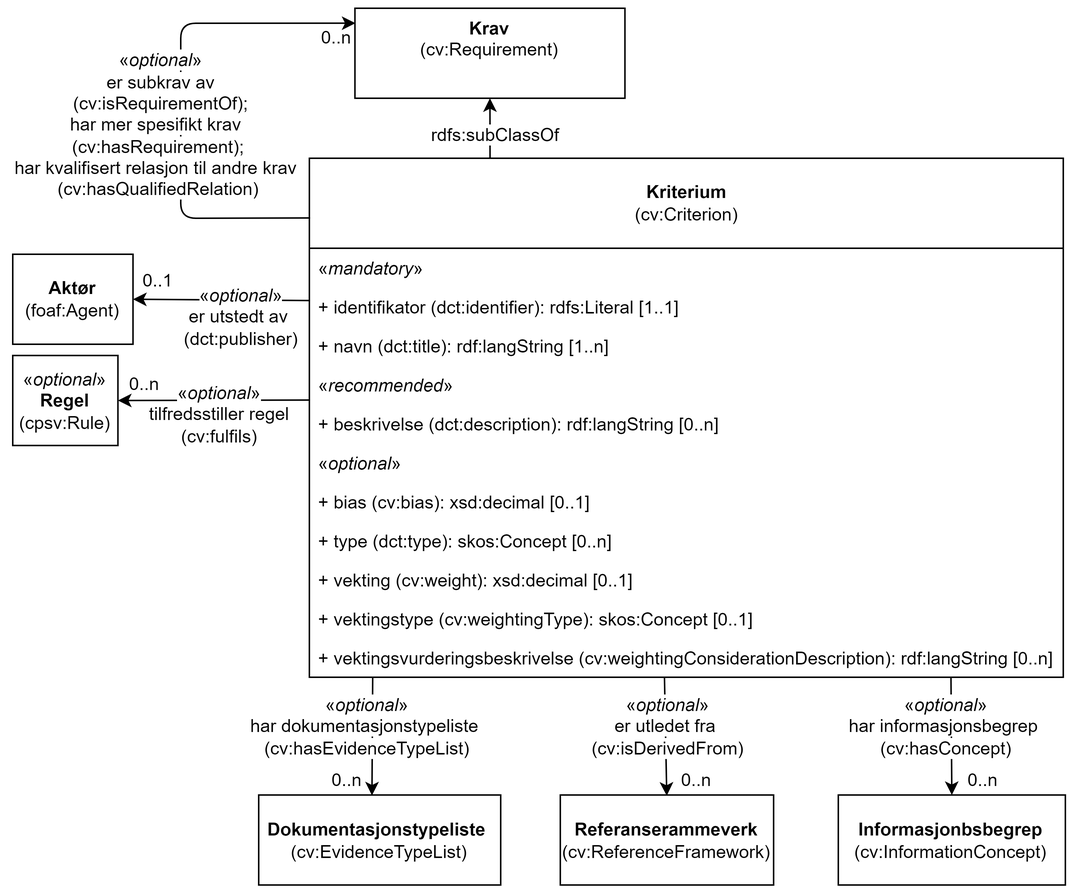
Above: docs/images/KlassenKriterium.png in Informasjonsforvaltning/cccev-ap-no (draw.io), before the change. Source tidied: cells renumbered, new cells last; positions are measured from the earlier drawing's top-left corner, leaving out a move shared by most shapes. Source of this version:
```xml
<mxGraphModel>
  <root>
    <mxCell id="0" />
    <mxCell id="1" parent="0" />
    <mxCell id="2" value="«&lt;i&gt;optional&lt;/i&gt;»&lt;br&gt;&lt;b&gt;Regel&lt;/b&gt;&lt;br&gt;(cpsv:Rule)" style="rounded=0;whiteSpace=wrap;html=1;fillColor=none;strokeColor=#000000;" parent="1" vertex="1">
      <mxGeometry x="3" y="231.5" width="70.1" height="60" as="geometry" />
    </mxCell>
    <mxCell id="3" style="endArrow=classic;html=1;rounded=0;entryX=1;entryY=0.5;entryDx=0;entryDy=0;exitX=-0.001;exitY=0.87;exitDx=0;exitDy=0;exitPerimeter=0;" parent="1" edge="1" target="2">
      <mxGeometry relative="1" as="geometry">
        <mxPoint x="200.6" y="261.2" as="sourcePoint" />
      </mxGeometry>
    </mxCell>
    <mxCell id="4" value="&lt;span style=&quot;background-color: rgb(255, 255, 255);&quot;&gt;«&lt;i style=&quot;&quot;&gt;optional&lt;/i&gt;»&lt;br&gt;tilfredsstiller regel&lt;br&gt;(cv:fulfils)&lt;/span&gt;" style="text;html=1;strokeColor=none;fillColor=none;align=center;verticalAlign=middle;whiteSpace=wrap;rounded=0;" parent="1" vertex="1">
      <mxGeometry x="83.8" y="244.5" width="113.6" height="52" as="geometry" />
    </mxCell>
    <mxCell id="5" value="0..n" style="text;html=1;strokeColor=none;fillColor=none;align=center;verticalAlign=middle;whiteSpace=wrap;rounded=0;" parent="1" vertex="1">
      <mxGeometry x="74" y="240.5" width="34" height="20" as="geometry" />
    </mxCell>
    <mxCell id="6" value="&lt;b&gt;Informasjonbsbegrep&lt;/b&gt;&lt;br&gt;(cv:InformationConcept)" style="rounded=0;whiteSpace=wrap;html=1;fillColor=none;strokeColor=#000000;" parent="1" vertex="1">
      <mxGeometry x="553.4" y="524.5" width="151.4" height="60" as="geometry" />
    </mxCell>
    <mxCell id="7" style="endArrow=classic;html=1;rounded=0;entryX=0.5;entryY=0;entryDx=0;entryDy=0;exitX=0.851;exitY=0.987;exitDx=0;exitDy=0;exitPerimeter=0;" parent="1" edge="1" source="34" target="6">
      <mxGeometry relative="1" as="geometry" />
    </mxCell>
    <mxCell id="8" value="0..n" style="text;html=1;strokeColor=none;fillColor=none;align=center;verticalAlign=middle;whiteSpace=wrap;rounded=0;" parent="1" vertex="1">
      <mxGeometry x="637.4" y="504.5" width="26" height="20" as="geometry" />
    </mxCell>
    <mxCell id="9" value="&lt;b&gt;Dokumentasjonstypeliste&amp;nbsp;&lt;br&gt;&lt;/b&gt;(cv:EvidenceTypeList)" style="rounded=0;whiteSpace=wrap;html=1;fillColor=none;strokeColor=#000000;" parent="1" vertex="1">
      <mxGeometry x="167" y="524.5" width="161.3" height="60" as="geometry" />
    </mxCell>
    <mxCell id="10" style="endArrow=classic;html=1;rounded=0;exitX=0.084;exitY=0.985;exitDx=0;exitDy=0;exitPerimeter=0;entryX=0.468;entryY=0.005;entryDx=0;entryDy=0;entryPerimeter=0;" parent="1" edge="1" source="34" target="9">
      <mxGeometry relative="1" as="geometry" />
    </mxCell>
    <mxCell id="11" value="&lt;span style=&quot;background-color: rgb(255, 255, 255);&quot;&gt;«&lt;i style=&quot;&quot;&gt;optional&lt;/i&gt;»&lt;br&gt;har dokumentasjonstypeliste&amp;nbsp;&lt;br&gt;(cv:hasEvidenceTypeList)&lt;/span&gt;" style="text;html=1;strokeColor=none;fillColor=none;align=center;verticalAlign=middle;whiteSpace=wrap;rounded=0;" parent="1" vertex="1">
      <mxGeometry x="151" y="452.5" width="177.3" height="52" as="geometry" />
    </mxCell>
    <mxCell id="12" value="0..n" style="text;html=1;strokeColor=none;fillColor=none;align=center;verticalAlign=middle;whiteSpace=wrap;rounded=0;" parent="1" vertex="1">
      <mxGeometry x="213.4" y="504.5" width="26" height="20" as="geometry" />
    </mxCell>
    <mxCell id="13" style="endArrow=none;html=1;rounded=1;exitX=0.002;exitY=0.166;exitDx=0;exitDy=0;endFill=0;startArrow=classic;startFill=1;entryX=0.001;entryY=0.115;entryDx=0;entryDy=0;entryPerimeter=0;exitPerimeter=0;" parent="1" edge="1" source="36" target="23">
      <mxGeometry relative="1" as="geometry">
        <Array as="points">
          <mxPoint x="115" y="10" />
          <mxPoint x="115" y="140" />
        </Array>
      </mxGeometry>
    </mxCell>
    <mxCell id="14" value="0..n" style="text;html=1;strokeColor=none;fillColor=none;align=center;verticalAlign=middle;whiteSpace=wrap;rounded=0;" parent="1" vertex="1">
      <mxGeometry x="205.6" y="9.5" width="26" height="20" as="geometry" />
    </mxCell>
    <mxCell id="15" value="&lt;b&gt;Aktør&lt;/b&gt;&lt;br&gt;(foaf:Agent)" style="rounded=0;whiteSpace=wrap;html=1;fillColor=none;strokeColor=#000000;" parent="1" vertex="1">
      <mxGeometry x="3" y="164" width="80.2" height="60" as="geometry" />
    </mxCell>
    <mxCell id="16" style="endArrow=classic;html=1;rounded=1;entryX=1;entryY=0.5;entryDx=0;entryDy=0;exitX=-0.005;exitY=0.679;exitDx=0;exitDy=0;exitPerimeter=0;" parent="1" edge="1" target="15">
      <mxGeometry relative="1" as="geometry">
        <mxPoint x="200.8" y="194.9" as="sourcePoint" />
      </mxGeometry>
    </mxCell>
    <mxCell id="17" value="0..1" style="text;html=1;strokeColor=none;fillColor=none;align=center;verticalAlign=middle;whiteSpace=wrap;rounded=0;" parent="1" vertex="1">
      <mxGeometry x="86.7" y="172" width="26" height="20" as="geometry" />
    </mxCell>
    <mxCell id="18" value="&lt;span style=&quot;background-color: rgb(255, 255, 255);&quot;&gt;«&lt;i style=&quot;&quot;&gt;optional&lt;/i&gt;»&lt;br&gt;er utstedt av&amp;nbsp;&lt;br&gt;(dct:publisher)&lt;/span&gt;" style="text;html=1;strokeColor=none;fillColor=none;align=center;verticalAlign=middle;whiteSpace=wrap;rounded=0;" parent="1" vertex="1">
      <mxGeometry x="109.6" y="179.5" width="91" height="52" as="geometry" />
    </mxCell>
    <mxCell id="19" value="&lt;b&gt;Referanserammeverk&lt;/b&gt;&lt;br&gt;(cv:ReferenceFramework)" style="rounded=0;whiteSpace=wrap;html=1;fillColor=none;strokeColor=#000000;" parent="1" vertex="1">
      <mxGeometry x="368" y="524.5" width="142.2" height="60" as="geometry" />
    </mxCell>
    <mxCell id="20" style="endArrow=classic;html=1;rounded=1;exitX=0.471;exitY=1.008;exitDx=0;exitDy=0;exitPerimeter=0;" parent="1" edge="1" source="34">
      <mxGeometry relative="1" as="geometry">
        <mxPoint x="439" y="525" as="targetPoint" />
      </mxGeometry>
    </mxCell>
    <mxCell id="21" value="&lt;span style=&quot;background-color: rgb(255, 255, 255);&quot;&gt;«&lt;i style=&quot;&quot;&gt;optional&lt;/i&gt;»&lt;br&gt;er utledet fra&amp;nbsp;&lt;br&gt;(cv:isDerivedFrom)&lt;/span&gt;" style="text;html=1;strokeColor=none;fillColor=none;align=center;verticalAlign=middle;whiteSpace=wrap;rounded=0;" parent="1" vertex="1">
      <mxGeometry x="400.1" y="452.5" width="80" height="52" as="geometry" />
    </mxCell>
    <mxCell id="22" value="0..n" style="text;html=1;strokeColor=none;fillColor=none;align=center;verticalAlign=middle;whiteSpace=wrap;rounded=0;" parent="1" vertex="1">
      <mxGeometry x="446.1" y="504.5" width="26" height="20" as="geometry" />
    </mxCell>
    <mxCell id="23" value="&lt;b style=&quot;border-color: var(--border-color);&quot;&gt;Kriterium&lt;/b&gt;&lt;br style=&quot;border-color: var(--border-color);&quot;&gt;(cv:Criterion)" style="swimlane;fontStyle=0;horizontal=1;startSize=60;fillColor=none;whiteSpace=wrap;html=1;" parent="1" vertex="1">
      <mxGeometry x="200.8" y="100" width="502.6" height="346" as="geometry" />
    </mxCell>
    <mxCell id="24" value="«&lt;i&gt;mandatory&lt;/i&gt;»" style="text;align=left;verticalAlign=top;spacingLeft=4;spacingRight=4;overflow=hidden;whiteSpace=wrap;html=1;fillColor=none;" parent="23" vertex="1">
      <mxGeometry y="60" width="502.6" height="26" as="geometry" />
    </mxCell>
    <mxCell id="25" value="+&amp;nbsp;identifikator&amp;nbsp;(dct:identifier): rdfs:Literal [1..1]" style="text;align=left;verticalAlign=top;spacingLeft=4;spacingRight=4;overflow=hidden;whiteSpace=wrap;html=1;fillColor=none;" parent="23" vertex="1">
      <mxGeometry y="86" width="502.6" height="26" as="geometry" />
    </mxCell>
    <mxCell id="26" value="+&amp;nbsp;navn (dct:title): rdf:langString [1..n]" style="text;align=left;verticalAlign=top;spacingLeft=4;spacingRight=4;overflow=hidden;whiteSpace=wrap;html=1;fillColor=none;" parent="23" vertex="1">
      <mxGeometry y="112" width="502.6" height="26" as="geometry" />
    </mxCell>
    <mxCell id="27" value="«&lt;i style=&quot;&quot;&gt;recommended&lt;/i&gt;»" style="text;align=left;verticalAlign=top;spacingLeft=4;spacingRight=4;overflow=hidden;whiteSpace=wrap;html=1;fillColor=none;" parent="23" vertex="1">
      <mxGeometry y="138" width="502.6" height="26" as="geometry" />
    </mxCell>
    <mxCell id="28" value="+&amp;nbsp;beskrivelse (dct:description): rdf:langString [0..n]" style="text;align=left;verticalAlign=top;spacingLeft=4;spacingRight=4;overflow=hidden;whiteSpace=wrap;html=1;fillColor=none;" parent="23" vertex="1">
      <mxGeometry y="164" width="502.6" height="26" as="geometry" />
    </mxCell>
    <mxCell id="29" value="«&lt;i&gt;optional&lt;/i&gt;»" style="text;align=left;verticalAlign=top;spacingLeft=4;spacingRight=4;overflow=hidden;whiteSpace=wrap;html=1;fillColor=none;" parent="23" vertex="1">
      <mxGeometry y="190" width="502.6" height="26" as="geometry" />
    </mxCell>
    <mxCell id="30" value="+&amp;nbsp;bias (cv:bias): xsd:decimal [0..1]" style="text;align=left;verticalAlign=top;spacingLeft=4;spacingRight=4;overflow=hidden;whiteSpace=wrap;html=1;fillColor=none;" parent="23" vertex="1">
      <mxGeometry y="216" width="502.6" height="26" as="geometry" />
    </mxCell>
    <mxCell id="31" value="+&amp;nbsp;type (dct:type): skos:Concept [0..n]" style="text;align=left;verticalAlign=top;spacingLeft=4;spacingRight=4;overflow=hidden;whiteSpace=wrap;html=1;fillColor=none;" parent="23" vertex="1">
      <mxGeometry y="242" width="502.6" height="26" as="geometry" />
    </mxCell>
    <mxCell id="32" value="+&amp;nbsp;vekting (cv:weight): xsd:decimal [0..1]" style="text;align=left;verticalAlign=top;spacingLeft=4;spacingRight=4;overflow=hidden;whiteSpace=wrap;html=1;fillColor=none;" parent="23" vertex="1">
      <mxGeometry y="268" width="502.6" height="26" as="geometry" />
    </mxCell>
    <mxCell id="33" value="+&amp;nbsp;vektingstype (cv:weightingType): skos:Concept [0..1]" style="text;align=left;verticalAlign=top;spacingLeft=4;spacingRight=4;overflow=hidden;whiteSpace=wrap;html=1;fillColor=none;" parent="23" vertex="1">
      <mxGeometry y="294" width="502.6" height="26" as="geometry" />
    </mxCell>
    <mxCell id="34" value="+&amp;nbsp;vektingsvurderingsbeskrivelse (cv:weightingConsiderationDescription): rdf:langString [0..n]" style="text;align=left;verticalAlign=top;spacingLeft=4;spacingRight=4;overflow=hidden;points=[[0,0.5],[1,0.5]];portConstraint=eastwest;whiteSpace=wrap;html=1;fillColor=none;" parent="23" vertex="1">
      <mxGeometry y="320" width="502.6" height="26" as="geometry" />
    </mxCell>
    <mxCell id="35" value="&lt;span style=&quot;background-color: rgb(255, 255, 255);&quot;&gt;«&lt;i style=&quot;&quot;&gt;optional&lt;/i&gt;»&lt;br&gt;er subkrav av&lt;br&gt;(cv:isRequirementOf);&lt;br&gt;har mer spesifikt krav&amp;nbsp;&amp;nbsp;&lt;br&gt;(cv:hasRequirement);&amp;nbsp;&lt;br&gt;har kvalifisert relasjon til andre krav&amp;nbsp;&amp;nbsp;&lt;br&gt;(cv:hasQualifiedRelation)&amp;nbsp;&lt;/span&gt;&lt;span style=&quot;background-color: rgb(255, 255, 0);&quot;&gt;&lt;br&gt;&lt;/span&gt;" style="text;html=1;strokeColor=none;fillColor=none;align=center;verticalAlign=middle;whiteSpace=wrap;rounded=0;" parent="1" vertex="1">
      <mxGeometry y="20" width="204.4" height="115" as="geometry" />
    </mxCell>
    <mxCell id="36" value="&lt;b&gt;Krav&lt;br&gt;&lt;/b&gt;(cv:Requirement)" style="rounded=0;whiteSpace=wrap;html=1;verticalAlign=top;fontFamily=Helvetica;fontSize=12;fillColor=none;" parent="1" vertex="1">
      <mxGeometry x="231.1" width="180" height="60" as="geometry" />
    </mxCell>
    <mxCell id="37" style="endArrow=classic;html=1;rounded=0;exitX=0.5;exitY=0;exitDx=0;exitDy=0;endFill=1;entryX=0.5;entryY=1;entryDx=0;entryDy=0;" parent="1" edge="1" target="36">
      <mxGeometry relative="1" as="geometry">
        <mxPoint x="321.2" y="100" as="sourcePoint" />
      </mxGeometry>
    </mxCell>
    <mxCell id="38" value="&lt;span style=&quot;background-color: rgb(255, 255, 255);&quot;&gt;rdfs:subClassOf&lt;/span&gt;" style="text;html=1;strokeColor=none;fillColor=none;align=center;verticalAlign=middle;whiteSpace=wrap;rounded=0;" parent="1" vertex="1">
      <mxGeometry x="294.8" y="70" width="60" height="30" as="geometry" />
    </mxCell>
    <mxCell id="39" value="&lt;span style=&quot;background-color: rgb(255, 255, 255);&quot;&gt;«&lt;i style=&quot;&quot;&gt;optional&lt;/i&gt;»&lt;br style=&quot;border-color: var(--border-color);&quot;&gt;har informasjonsbegrep&amp;nbsp;&lt;br style=&quot;border-color: var(--border-color);&quot;&gt;(cv:hasConcept)&lt;/span&gt;" style="text;html=1;strokeColor=none;fillColor=none;align=center;verticalAlign=middle;whiteSpace=wrap;rounded=0;" parent="1" vertex="1">
      <mxGeometry x="553.4" y="452.5" width="145" height="52" as="geometry" />
    </mxCell>
  </root>
</mxGraphModel>
```
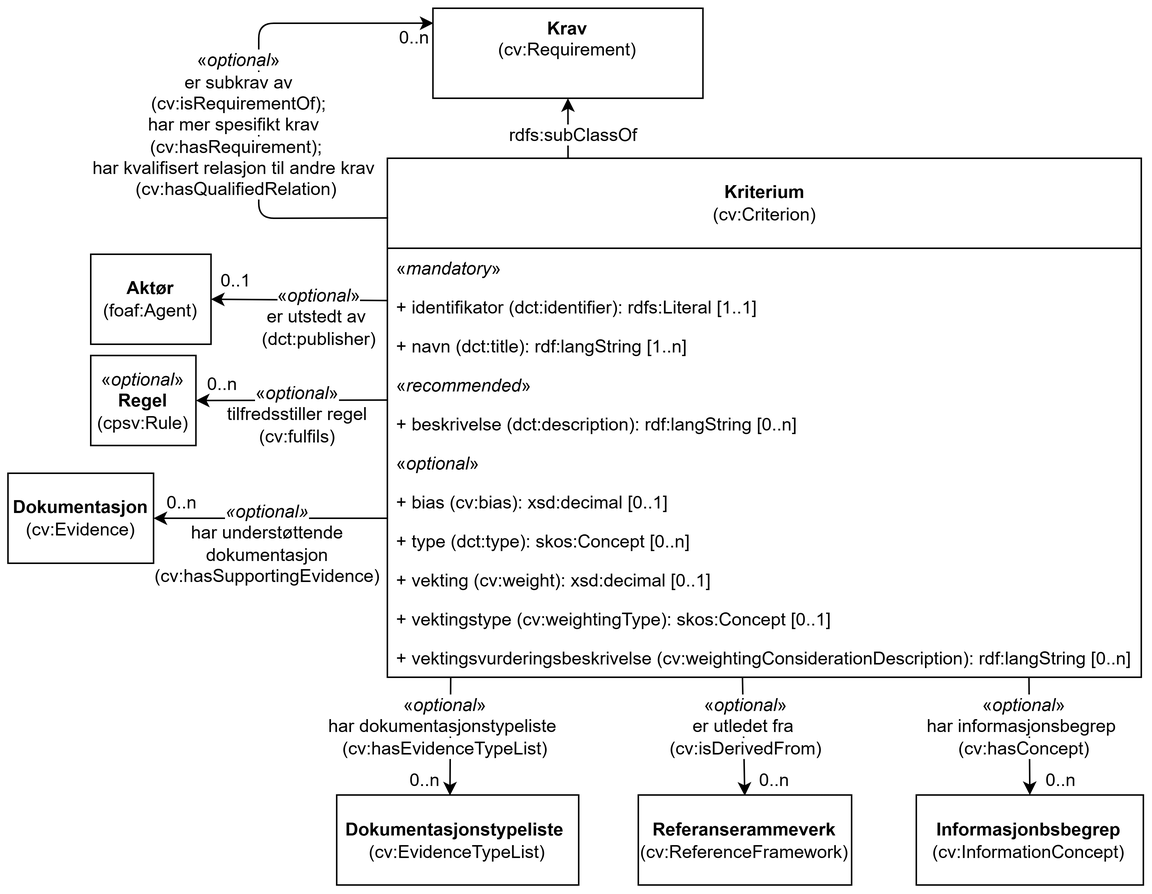
The same diagram one commit later.

What changed in the source:
```diff
@@ -129,5 +129,19 @@
     <mxCell id="39" value="&lt;span style=&quot;background-color: rgb(255, 255, 255);&quot;&gt;«&lt;i style=&quot;&quot;&gt;optional&lt;/i&gt;»&lt;br style=&quot;border-color: var(--border-color);&quot;&gt;har informasjonsbegrep&amp;nbsp;&lt;br style=&quot;border-color: var(--border-color);&quot;&gt;(cv:hasConcept)&lt;/span&gt;" style="text;html=1;strokeColor=none;fillColor=none;align=center;verticalAlign=middle;whiteSpace=wrap;rounded=0;" parent="1" vertex="1">
       <mxGeometry x="553.4" y="452.5" width="145" height="52" as="geometry" />
     </mxCell>
+    <mxCell id="40" value="&lt;b&gt;Dokumentasjon&lt;/b&gt;&lt;br&gt;(cv:Evidence)" style="rounded=0;whiteSpace=wrap;html=1;fillColor=none;strokeColor=#000000;" parent="1" vertex="1">
+      <mxGeometry x="-52.2" y="310" width="97" height="60" as="geometry" />
+    </mxCell>
+    <mxCell id="41" style="endArrow=classic;html=1;rounded=0;exitX=0;exitY=0.333;exitDx=0;exitDy=0;exitPerimeter=0;entryX=1;entryY=0.5;entryDx=0;entryDy=0;" parent="1" edge="1" target="40">
+      <mxGeometry relative="1" as="geometry">
+        <mxPoint x="200.6" y="340" as="sourcePoint" />
+      </mxGeometry>
+    </mxCell>
+    <mxCell id="42" value="&lt;span style=&quot;background-color: light-dark(#ffffff, var(--ge-dark-color, #121212));&quot;&gt;&lt;i&gt;«optional»&lt;br&gt;&lt;/i&gt;har understøttende dokumentasjon&lt;br&gt;(cv:hasSupportingEvidence)&lt;/span&gt;" style="text;html=1;whiteSpace=wrap;strokeColor=none;fillColor=none;align=center;verticalAlign=middle;rounded=0;" parent="1" vertex="1">
+      <mxGeometry x="90.6" y="342" width="60" height="30" as="geometry" />
+    </mxCell>
+    <mxCell id="43" value="0..n" style="text;html=1;strokeColor=none;fillColor=none;align=center;verticalAlign=middle;whiteSpace=wrap;rounded=0;" parent="1" vertex="1">
+      <mxGeometry x="46.9" y="320" width="34" height="20" as="geometry" />
+    </mxCell>
   </root>
 </mxGraphModel>
```
